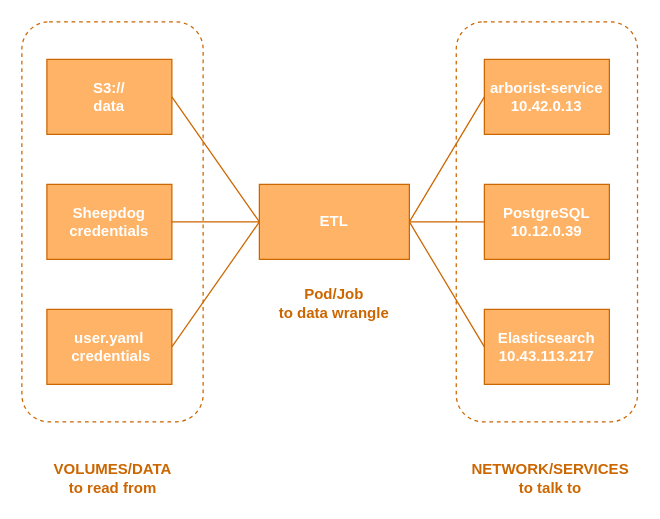
Above: page "Gen3 Helm" (2 of 2) of dev.drawio in lbeckman314/diagrams (draw.io), before the change. Source tidied: cells renumbered, new cells numbered last; positions are measured from the earlier drawing's top-left corner, leaving out a move shared by most shapes. Both pictures are drawn from the tidied source at 125%, with x=0, y=0 at pixel (21, 21).
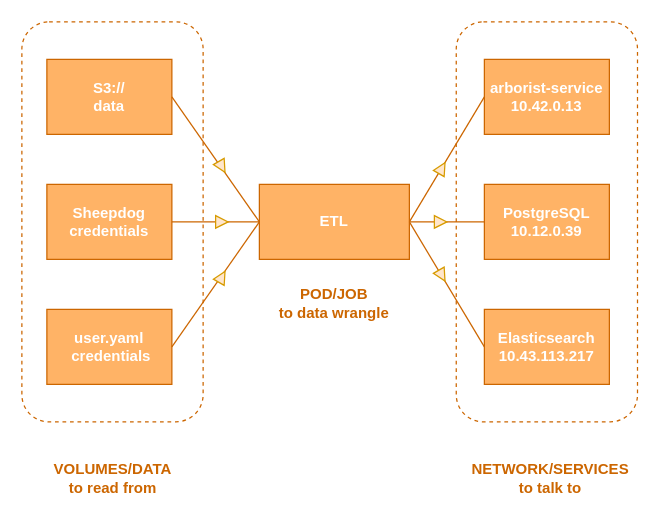
Above is the later version.

What changed in the source:
```diff
@@
-    <mxCell id="19" value="&lt;div&gt;Pod/Job&lt;/div&gt;&lt;div&gt;to data wrangle&lt;br&gt;&lt;/div&gt;" style="text;html=1;strokeColor=none;fillColor=none;align=center;verticalAlign=middle;whiteSpace=wrap;rounded=0;fontColor=#CC6600;fontStyle=1;" parent="1" vertex="1">
+    <mxCell id="19" value="&lt;div&gt;POD/JOB&lt;br&gt;&lt;/div&gt;&lt;div&gt;to data wrangle&lt;br&gt;&lt;/div&gt;" style="text;html=1;strokeColor=none;fillColor=none;align=center;verticalAlign=middle;whiteSpace=wrap;rounded=0;fontColor=#CC6600;fontStyle=1;" parent="1" vertex="1">
       <mxGeometry x="190" y="210" width="120" height="30" as="geometry" />
     </mxCell>
+    <mxCell id="20" style="triangle;whiteSpace=wrap;html=1;rotation=60;fillColor=#ffe6cc;strokeColor=#d79b00;" parent="1" vertex="1">
+      <mxGeometry x="155" y="111" width="10" height="10" as="geometry" />
+    </mxCell>
+    <mxCell id="21" style="triangle;whiteSpace=wrap;html=1;rotation=0;fillColor=#ffe6cc;strokeColor=#d79b00;" parent="1" vertex="1">
+      <mxGeometry x="155" y="155" width="10" height="10" as="geometry" />
+    </mxCell>
+    <mxCell id="22" style="triangle;whiteSpace=wrap;html=1;rotation=-60;fillColor=#ffe6cc;strokeColor=#d79b00;" parent="1" vertex="1">
+      <mxGeometry x="155" y="199" width="10" height="10" as="geometry" />
+    </mxCell>
+    <mxCell id="23" style="triangle;whiteSpace=wrap;html=1;rotation=-60;fillColor=#ffe6cc;strokeColor=#d79b00;" parent="1" vertex="1">
+      <mxGeometry x="331" y="112" width="10" height="10" as="geometry" />
+    </mxCell>
+    <mxCell id="24" style="triangle;whiteSpace=wrap;html=1;rotation=0;fillColor=#ffe6cc;strokeColor=#d79b00;" parent="1" vertex="1">
+      <mxGeometry x="330" y="155" width="10" height="10" as="geometry" />
+    </mxCell>
+    <mxCell id="25" style="triangle;whiteSpace=wrap;html=1;rotation=60;fillColor=#ffe6cc;strokeColor=#d79b00;" parent="1" vertex="1">
+      <mxGeometry x="331" y="198" width="10" height="10" as="geometry" />
+    </mxCell>
```
